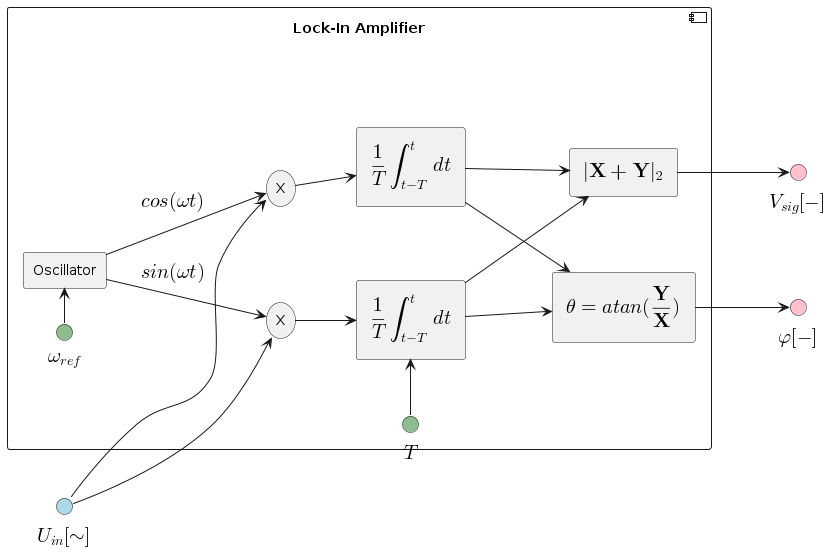
The PlantUML diagram afm_spm_components/images/lockin.png in nsulmol/documentation, before a commit.
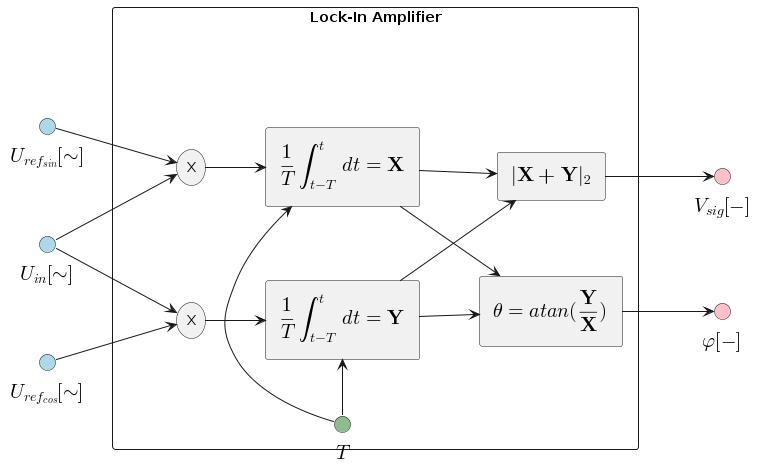
Later version of the same file.

Change to the diagram source:
```diff
@@ -3,42 +3,41 @@
 left to right direction
 
 interface "<latex>U_{in}[\sim]</latex>" <<input>> as u_in
+interface "<latex>U_{ref_{sin}}[\sim]</latex>" <<input>> as u_refi
+interface "<latex>U_{ref_{cos}}[\sim]</latex>" <<input>> as u_refq
 
 component "Lock-In Amplifier" as lockin {
-  interface "<latex>\omega_{ref}</latex>" <<param>> as ang_freq
   interface "<latex>T</latex>" <<param>> as avg_cycles
-  rectangle "Oscillator" as sine_gen
   rectangle "<latex>|\textbf{X+Y}|_2</latex>" as l2_norm
   rectangle "<latex>\theta=atan(\frac{\textbf{Y}}{\textbf{X}})</latex>" as phase_calc
 
-  ang_freq -> sine_gen
+  package " " <<layout>> as integrator_blocks {
+    package " " <<layout>> as integrator_block_inphase {
+      storage X as x_inphase
+      rectangle "<latex>\frac{1}{T}\int_{t-T}^{t}dt = \textbf{X}</latex>" as integrator_inphase
 
-  package " " <<layout>> as integrator_blocks {
-    package " " <<layout>> as integrator_block_sin {
-      storage X as x_sin
-      rectangle "<latex>\frac{1}{T}\int_{t-T}^{t}dt</latex>" as integrator_sin
-
-      u_in --> x_sin
-      sine_gen --> x_sin: "<latex>sin(\omega t)</latex>"
-      x_sin --> integrator_sin
+      u_in --> x_inphase
+      u_refi --> x_inphase
+      x_inphase --> integrator_inphase
     }
 
-    package " " <<layout>> as integrator_block_cos {
-      storage X as x_cos
-      rectangle "<latex>\frac{1}{T}\int_{t-T}^{t}dt</latex>" as integrator_cos
+    package " " <<layout>> as integrator_block_outphase {
+      storage X as x_outphase
+      rectangle "<latex>\frac{1}{T}\int_{t-T}^{t}dt = \textbf{Y}</latex>" as integrator_outphase
 
-      u_in --> x_cos
-      sine_gen --> x_cos: "<latex>cos(\omega t)</latex>"
-      x_cos --> integrator_cos
+      u_in --> x_outphase
+      u_refq --> x_outphase
+      x_outphase --> integrator_outphase
     }
   }
 
-  avg_cycles -> integrator_sin
+  avg_cycles -> integrator_inphase
+  avg_cycles -> integrator_outphase
 
-  integrator_sin --> l2_norm
-  integrator_cos --> l2_norm
-  integrator_sin --> phase_calc
-  integrator_cos --> phase_calc
+  integrator_inphase --> l2_norm
+  integrator_outphase --> l2_norm
+  integrator_inphase --> phase_calc
+  integrator_outphase --> phase_calc
 }
 
 interface "<latex>V_{sig}[-]</latex>" <<output>> as v_sig
```
